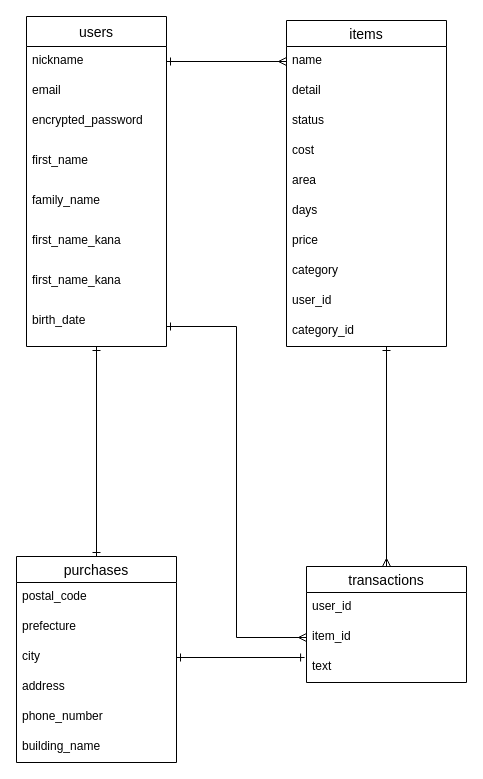
This is furima.dio from ikinobu0629/furima-31702, a draw.io file, before an edit. Source tidied: cells renumbered, new cells numbered last; positions are measured from the earlier drawing's top-left corner, leaving out a move shared by most shapes. Both pictures are drawn from the tidied source at 100%, with x=0, y=0 at pixel (16, 16).
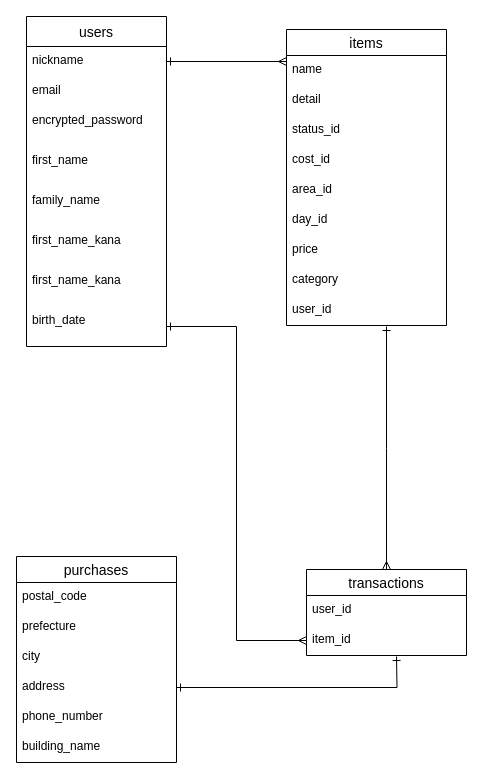
The same diagram, later.

Commit message (it also covers changes not shown here):
README及びER図の作成(修正版３)

The change refers to these unchanged cells:
```xml
<mxCell id="11" value="birth_date" style="text;strokeColor=none;fillColor=none;spacingLeft=4;spacingRight=4;overflow=hidden;points=[[0,0.5],[1,0.5]];portConstraint=eastwest;fontSize=12;" parent="3" vertex="1">
  <mxGeometry y="290" width="140" height="40" as="geometry" />
</mxCell>
<mxCell id="13" value="purchases" style="swimlane;fontStyle=0;horizontal=1;startSize=26;align=center;fontSize=14;" parent="1" vertex="1">
  <mxGeometry y="540" width="160" height="206" as="geometry" />
</mxCell>
<mxCell id="16" value="city" style="text;strokeColor=none;fillColor=none;spacingLeft=4;spacingRight=4;overflow=hidden;points=[[0,0.5],[1,0.5]];portConstraint=eastwest;fontSize=12;" parent="13" vertex="1">
  <mxGeometry y="86" width="160" height="30" as="geometry" />
</mxCell>
<mxCell id="17" value="address" style="text;strokeColor=none;fillColor=none;spacingLeft=4;spacingRight=4;overflow=hidden;points=[[0,0.5],[1,0.5]];portConstraint=eastwest;fontSize=12;" parent="13" vertex="1">
  <mxGeometry y="116" width="160" height="30" as="geometry" />
</mxCell>
```

Diff of the diagram source:
```diff
@@
-    <mxCell id="12" style="edgeStyle=none;rounded=0;jettySize=auto;html=1;exitX=0.5;exitY=0;exitDx=0;exitDy=0;startArrow=ERone;startFill=0;endArrow=ERone;endFill=0;" parent="1" edge="1" source="13" target="11">
-      <mxGeometry relative="1" as="geometry" />
-    </mxCell>
@@
     <mxCell id="20" style="edgeStyle=orthogonalEdgeStyle;rounded=0;jettySize=auto;html=1;exitX=0.5;exitY=0;exitDx=0;exitDy=0;startArrow=ERmany;startFill=0;endArrow=ERone;endFill=0;" parent="1" edge="1" source="21">
       <mxGeometry relative="1" as="geometry">
-        <mxPoint x="370" y="330" as="targetPoint" />
+        <mxPoint x="370" y="310" as="targetPoint" />
       </mxGeometry>
     </mxCell>
     <mxCell id="21" value="transactions" style="swimlane;fontStyle=0;horizontal=1;startSize=26;align=center;fontSize=14;" parent="1" vertex="1">
-      <mxGeometry x="290" y="550" width="160" height="116" as="geometry" />
+      <mxGeometry x="290" y="553" width="160" height="86" as="geometry" />
     </mxCell>
@@
-    <mxCell id="24" value="text" style="text;strokeColor=none;fillColor=none;spacingLeft=4;spacingRight=4;overflow=hidden;points=[[0,0.5],[1,0.5]];portConstraint=eastwest;fontSize=12;" parent="21" vertex="1">
-      <mxGeometry y="86" width="160" height="30" as="geometry" />
-    </mxCell>
     <mxCell id="25" value="items" style="swimlane;fontStyle=0;horizontal=1;startSize=26;align=center;fontSize=14;" parent="1" vertex="1">
-      <mxGeometry x="270" y="4" width="160" height="326" as="geometry" />
+      <mxGeometry x="270" y="13" width="160" height="296" as="geometry" />
     </mxCell>
@@
-    <mxCell id="28" value="status" style="text;strokeColor=none;fillColor=none;spacingLeft=4;spacingRight=4;overflow=hidden;fontSize=12;" parent="25" vertex="1">
+    <mxCell id="28" value="status_id" style="text;strokeColor=none;fillColor=none;spacingLeft=4;spacingRight=4;overflow=hidden;fontSize=12;" parent="25" vertex="1">
       <mxGeometry y="86" width="160" height="30" as="geometry" />
     </mxCell>
-    <mxCell id="29" value="cost" style="text;strokeColor=none;fillColor=none;spacingLeft=4;spacingRight=4;overflow=hidden;fontSize=12;" parent="25" vertex="1">
+    <mxCell id="29" value="cost_id" style="text;strokeColor=none;fillColor=none;spacingLeft=4;spacingRight=4;overflow=hidden;fontSize=12;" parent="25" vertex="1">
       <mxGeometry y="116" width="160" height="30" as="geometry" />
     </mxCell>
-    <mxCell id="30" value="area" style="text;strokeColor=none;fillColor=none;spacingLeft=4;spacingRight=4;overflow=hidden;fontSize=12;" parent="25" vertex="1">
+    <mxCell id="30" value="area_id" style="text;strokeColor=none;fillColor=none;spacingLeft=4;spacingRight=4;overflow=hidden;fontSize=12;" parent="25" vertex="1">
       <mxGeometry y="146" width="160" height="30" as="geometry" />
     </mxCell>
-    <mxCell id="31" value="days" style="text;strokeColor=none;fillColor=none;spacingLeft=4;spacingRight=4;overflow=hidden;fontSize=12;" parent="25" vertex="1">
+    <mxCell id="31" value="day_id" style="text;strokeColor=none;fillColor=none;spacingLeft=4;spacingRight=4;overflow=hidden;fontSize=12;" parent="25" vertex="1">
       <mxGeometry y="176" width="160" height="30" as="geometry" />
     </mxCell>
@@
-    <mxCell id="35" value="category_id" style="text;strokeColor=none;fillColor=none;spacingLeft=4;spacingRight=4;overflow=hidden;fontSize=12;" parent="25" vertex="1">
-      <mxGeometry y="296" width="160" height="30" as="geometry" />
-    </mxCell>
@@
-    <mxCell id="37" style="edgeStyle=orthogonalEdgeStyle;rounded=0;jettySize=auto;html=1;exitX=1;exitY=0.5;exitDx=0;exitDy=0;entryX=-0.012;entryY=0.167;entryDx=0;entryDy=0;entryPerimeter=0;startArrow=ERone;startFill=0;endArrow=ERone;endFill=0;" parent="1" edge="1" source="16" target="24">
-      <mxGeometry relative="1" as="geometry" />
-    </mxCell>
+    <mxCell id="38" style="edgeStyle=orthogonalEdgeStyle;rounded=0;jettySize=auto;html=1;exitX=1;exitY=0.5;exitDx=0;exitDy=0;startArrow=ERone;startFill=0;endArrow=ERone;endFill=0;" parent="1" edge="1" source="17">
+      <mxGeometry relative="1" as="geometry">
+        <mxPoint x="380" y="640" as="targetPoint" />
+      </mxGeometry>
+    </mxCell>
```
